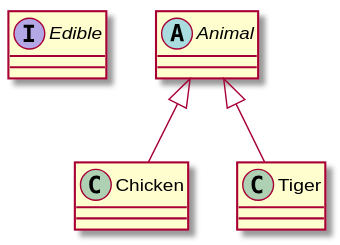
Earlier version of the PlantUML export Module_2/Lop_Animal_Va_Interface_Edible/out/Animal_Edible/Animla_Edible UML.svg (CaoXuanQuy1985/Codegym_Projects).
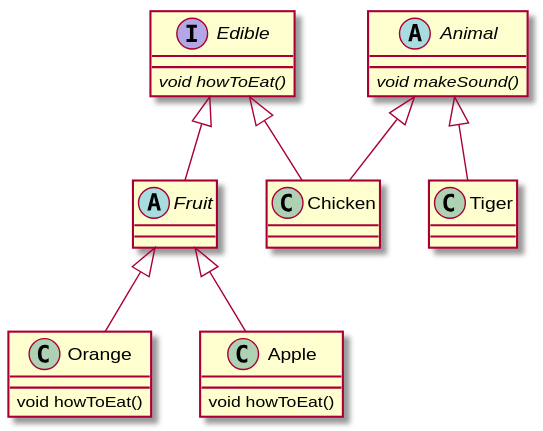
Later version of the same file.

The edit, as a diff of the source:
```diff
@@ -1,7 +1,24 @@
 @startuml Animla_Edible UML
-    interface Edible
-    abstract class Animal
+    interface Edible {
+        {abstract} void howToEat()
+    }
+    abstract class Fruit {
+
+    }
+    abstract class Animal {
+        {abstract} void makeSound()
+    }
+    class Orange {
+        void howToEat()
+    }
+    class Apple {
+        void howToEat()
+    }
 
     Animal <|-- Chicken
     Animal <|-- Tiger
+    Edible <|-- Chicken
+    Edible <|-- Fruit
+    Fruit <|-- Orange
+    Fruit <|--Apple
 @enduml
```
